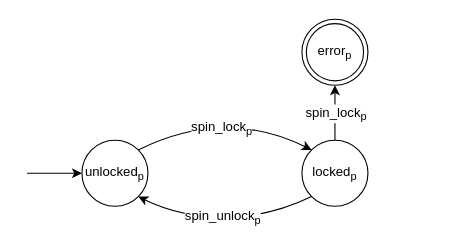
The draw.io diagram background/figures/double-lock.drawio in andersfischernielsen/Finding-Resource-Manipulation-Bugs-with-Monitor-Automata-on-the-Example-of-the-Linux-Kernel, before the edit. Source tidied: cells renumbered, new cells numbered last; positions are measured from the earlier drawing's top-left corner, leaving out a move shared by most shapes. Both pictures are drawn from the tidied source at 110%, with x=0, y=0 at pixel (26, 19).
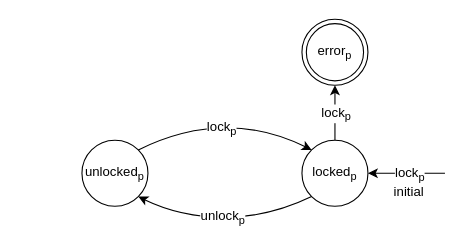
Above is the later version.

What changed in the source:
```diff
@@
 <mxGraphModel>
   <root>
     <mxCell id="0" />
     <mxCell id="1" parent="0" />
     <mxCell id="2" value="unlocked&lt;sub&gt;p&lt;/sub&gt;" style="ellipse;whiteSpace=wrap;html=1;" parent="1" vertex="1">
       <mxGeometry x="50" y="110" width="60" height="60" as="geometry" />
     </mxCell>
-    <mxCell id="3" style="endArrow=classic;html=1;entryX=0;entryY=0.5;entryDx=0;entryDy=0;" parent="1" edge="1" target="2">
+    <mxCell id="3" style="endArrow=classic;html=1;entryX=1;entryY=0.5;entryDx=0;entryDy=0;" parent="1" edge="1" target="6">
       <mxGeometry relative="1" as="geometry">
-        <mxPoint y="140" as="sourcePoint" />
+        <mxPoint x="380" y="140" as="sourcePoint" />
       </mxGeometry>
     </mxCell>
+    <mxCell id="12" value="lock&lt;sub&gt;p&lt;/sub&gt;" style="text;html=1;align=center;verticalAlign=middle;labelBackgroundColor=#ffffff;" parent="3" vertex="1">
+      <mxGeometry x="-0.06" relative="1" as="geometry" />
+    </mxCell>
+    <mxCell id="13" value="initial" style="text;html=1;align=center;verticalAlign=middle;labelBackgroundColor=#ffffff;" parent="3" vertex="1">
+      <mxGeometry x="-0.73" y="-1" relative="1" as="geometry">
+        <mxPoint x="-24.5" y="17" as="offset" />
+      </mxGeometry>
+    </mxCell>
     <mxCell id="4" style="endArrow=classic;html=1;exitX=0.5;exitY=0;exitDx=0;exitDy=0;entryX=0.5;entryY=1;entryDx=0;entryDy=0;" parent="1" edge="1">
       <mxGeometry relative="1" as="geometry">
         <mxPoint x="280" y="110" as="sourcePoint" />
         <mxPoint x="280" y="60" as="targetPoint" />
       </mxGeometry>
     </mxCell>
-    <mxCell id="5" value="spin_lock&lt;sub&gt;p&lt;/sub&gt;" style="text;html=1;align=center;verticalAlign=middle;labelBackgroundColor=#ffffff;" parent="4" vertex="1">
+    <mxCell id="5" value="lock&lt;sub&gt;p&lt;/sub&gt;" style="text;html=1;align=center;verticalAlign=middle;labelBackgroundColor=#ffffff;" parent="4" vertex="1">
       <mxGeometry x="0.48" y="-2" relative="1" as="geometry">
         <mxPoint x="-2" y="12" as="offset" />
       </mxGeometry>
     </mxCell>
     <mxCell id="6" value="locked&lt;sub&gt;p&lt;/sub&gt;" style="ellipse;whiteSpace=wrap;html=1;" parent="1" vertex="1">
       <mxGeometry x="250" y="110" width="60" height="60" as="geometry" />
     </mxCell>
     <mxCell id="7" style="curved=1;endArrow=classic;html=1;exitX=1;exitY=0;exitDx=0;exitDy=0;entryX=0;entryY=0;entryDx=0;entryDy=0;" parent="1" edge="1" source="2" target="6">
       <mxGeometry relative="1" as="geometry">
         <Array as="points">
           <mxPoint x="180" y="80" />
         </Array>
       </mxGeometry>
     </mxCell>
-    <mxCell id="8" value="&lt;div&gt;spin_lock&lt;sub&gt;p&lt;/sub&gt;&lt;/div&gt;" style="text;html=1;align=center;verticalAlign=middle;labelBackgroundColor=#ffffff;" parent="7" vertex="1">
+    <mxCell id="8" value="&lt;div&gt;lock&lt;sub&gt;p&lt;/sub&gt;&lt;/div&gt;" style="text;html=1;align=center;verticalAlign=middle;labelBackgroundColor=#ffffff;" parent="7" vertex="1">
       <mxGeometry x="-0.14" y="-15" relative="1" as="geometry" />
     </mxCell>
     <mxCell id="9" style="curved=1;endArrow=classic;html=1;entryX=1;entryY=1;entryDx=0;entryDy=0;exitX=0;exitY=1;exitDx=0;exitDy=0;" parent="1" edge="1" source="6" target="2">
       <mxGeometry relative="1" as="geometry">
         <Array as="points">
           <mxPoint x="220" y="180" />
           <mxPoint x="140" y="180" />
         </Array>
       </mxGeometry>
     </mxCell>
-    <mxCell id="10" value="spin_unlock&lt;sub&gt;p&lt;/sub&gt;" style="text;html=1;align=center;verticalAlign=middle;labelBackgroundColor=#ffffff;" parent="9" vertex="1">
+    <mxCell id="10" value="unlock&lt;sub&gt;p&lt;/sub&gt;" style="text;html=1;align=center;verticalAlign=middle;labelBackgroundColor=#ffffff;" parent="9" vertex="1">
       <mxGeometry x="0.04" y="-1" relative="1" as="geometry" />
     </mxCell>
     <mxCell id="11" value="error&lt;sub&gt;p&lt;/sub&gt;" style="ellipse;shape=doubleEllipse;whiteSpace=wrap;html=1;" parent="1" vertex="1">
       <mxGeometry x="250" width="60" height="60" as="geometry" />
     </mxCell>
   </root>
 </mxGraphModel>
```
